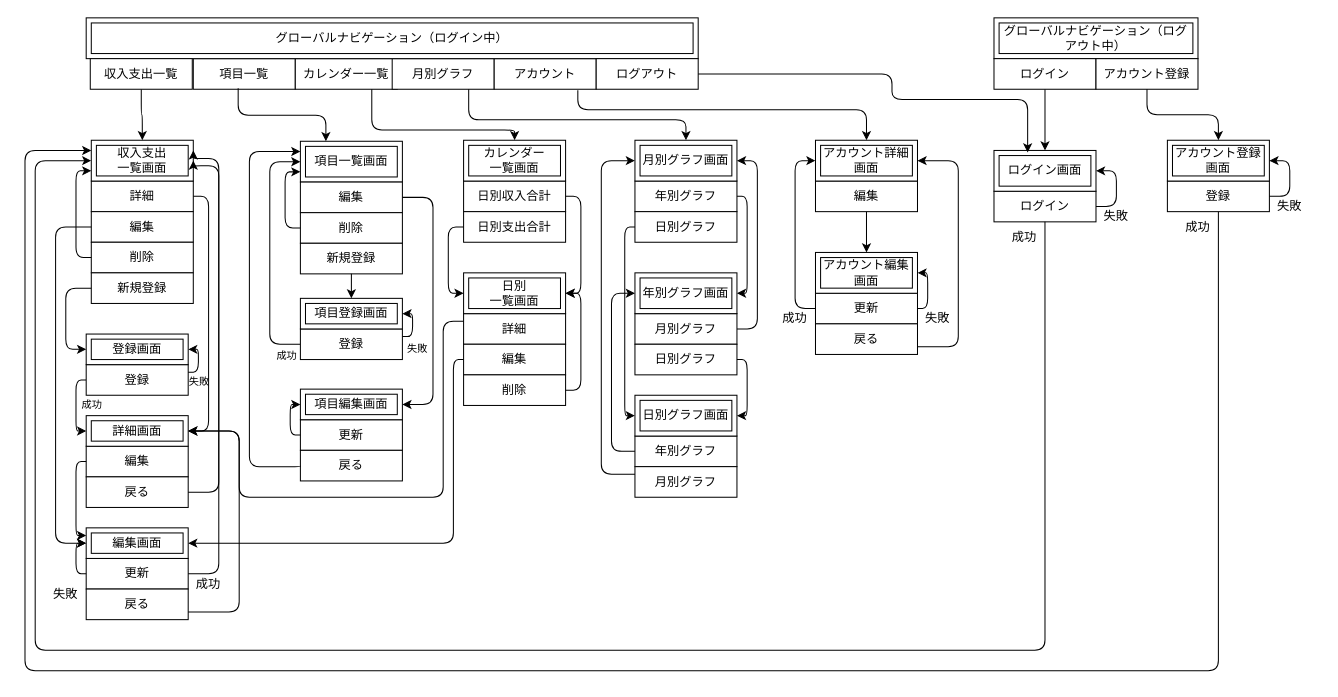
Before: docs/screen_flow_diagram.drawio in KeiSuzukiNishi/shared_household_account_book, a draw.io diagram. Source tidied: cells renumbered, new cells numbered last; positions are measured from the earlier drawing's top-left corner, leaving out a move shared by most shapes. Both pictures are drawn from the tidied source at 102%, with x=0, y=0 at pixel (24, 17).
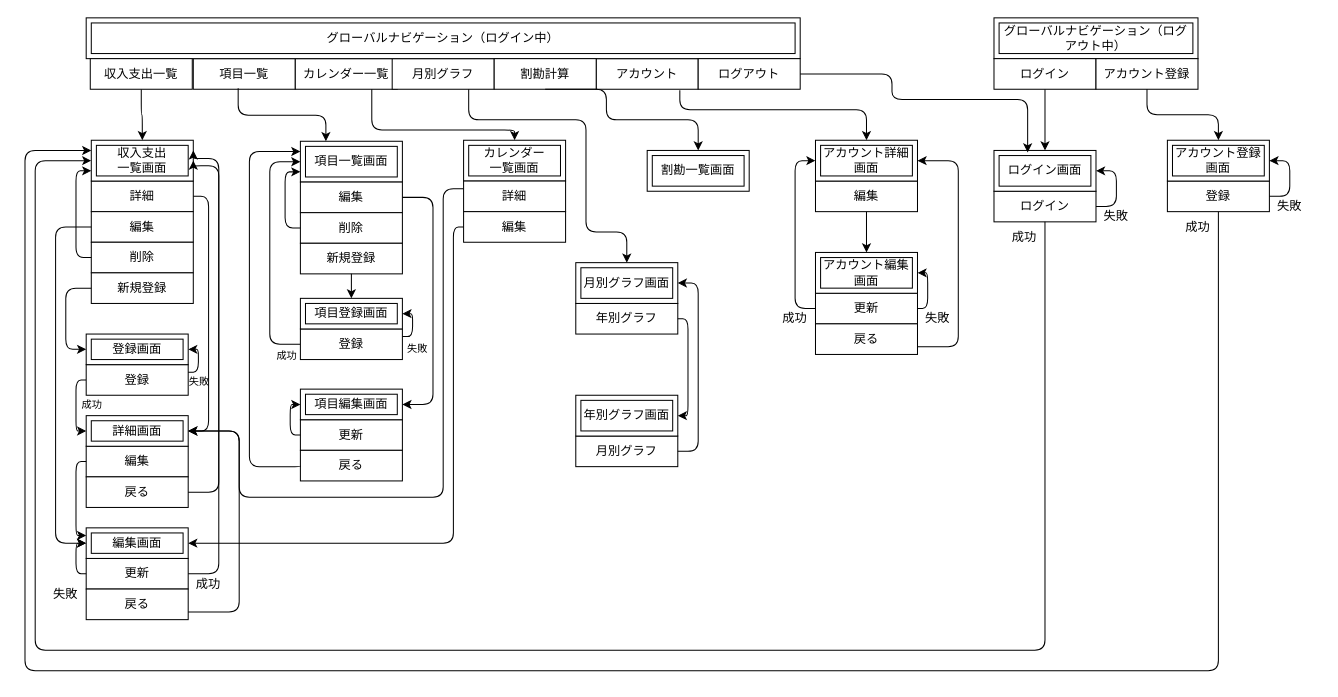
The same diagram, later.

The change refers to these unchanged cells:
```xml
<mxCell id="4" value="月別グラフ" style="whiteSpace=wrap;html=1;align=center;" parent="1" vertex="1">
  <mxGeometry x="360" y="40" width="100" height="30" as="geometry" />
</mxCell>
<mxCell id="12" value="詳細画面" style="shape=ext;margin=3;double=1;whiteSpace=wrap;html=1;align=center;" parent="1" vertex="1">
  <mxGeometry x="60" y="390" width="100" height="30" as="geometry" />
</mxCell>
<mxCell id="14" value="編集画面" style="shape=ext;margin=3;double=1;whiteSpace=wrap;html=1;align=center;" parent="1" vertex="1">
  <mxGeometry x="60" y="500" width="100" height="30" as="geometry" />
</mxCell>
<mxCell id="73" value="アカウント詳細画面" style="shape=ext;margin=3;double=1;whiteSpace=wrap;html=1;align=center;" parent="1" vertex="1">
  <mxGeometry x="775" y="120" width="100" height="40" as="geometry" />
</mxCell>
```

The edit, as a diff of the source:
```diff
@@
     <mxCell id="5" value="アカウント" style="whiteSpace=wrap;html=1;align=center;" parent="1" vertex="1">
-      <mxGeometry x="460" y="40" width="100" height="30" as="geometry" />
+      <mxGeometry x="560" y="40" width="100" height="30" as="geometry" />
     </mxCell>
@@
     <mxCell id="8" value="グローバルナビゲーション（ログイン中）" style="shape=ext;margin=3;double=1;whiteSpace=wrap;html=1;align=center;" parent="1" vertex="1">
-      <mxGeometry x="60" width="600" height="40" as="geometry" />
+      <mxGeometry x="60" width="700" height="40" as="geometry" />
     </mxCell>
@@
-    <mxCell id="30" value="日別収入合計" style="whiteSpace=wrap;html=1;align=center;" parent="1" vertex="1">
-      <mxGeometry x="430" y="160" width="100" height="30" as="geometry" />
-    </mxCell>
@@
-    <mxCell id="32" value="日別支出合計" style="whiteSpace=wrap;html=1;align=center;" parent="1" vertex="1">
-      <mxGeometry x="430" y="190" width="100" height="30" as="geometry" />
-    </mxCell>
     <mxCell id="33" value="詳細" style="whiteSpace=wrap;html=1;align=center;" parent="1" vertex="1">
-      <mxGeometry x="430" y="290" width="100" height="30" as="geometry" />
+      <mxGeometry x="430" y="160" width="100" height="30" as="geometry" />
     </mxCell>
-    <mxCell id="34" value="日別&lt;br&gt;一覧画面" style="shape=ext;margin=3;double=1;whiteSpace=wrap;html=1;align=center;" parent="1" vertex="1">
-      <mxGeometry x="430" y="250" width="100" height="40" as="geometry" />
-    </mxCell>
     <mxCell id="35" value="編集" style="whiteSpace=wrap;html=1;align=center;" parent="1" vertex="1">
-      <mxGeometry x="430" y="320" width="100" height="30" as="geometry" />
+      <mxGeometry x="430" y="190" width="100" height="30" as="geometry" />
     </mxCell>
-    <mxCell id="36" value="削除" style="whiteSpace=wrap;html=1;align=center;" parent="1" vertex="1">
-      <mxGeometry x="430" y="350" width="100" height="30" as="geometry" />
-    </mxCell>
@@
-    <mxCell id="38" style="endArrow=classic;html=1;exitX=1;exitY=0.5;exitDx=0;exitDy=0;edgeStyle=orthogonalEdgeStyle;entryX=1;entryY=0.5;entryDx=0;entryDy=0;" parent="1" edge="1" source="30" target="34">
-      <mxGeometry relative="1" as="geometry">
-        <Array as="points">
-          <mxPoint x="545" y="175" />
-          <mxPoint x="545" y="270" />
-        </Array>
-      </mxGeometry>
-    </mxCell>
-    <mxCell id="39" style="endArrow=classic;html=1;exitX=0;exitY=0.5;exitDx=0;exitDy=0;edgeStyle=orthogonalEdgeStyle;entryX=0;entryY=0.5;entryDx=0;entryDy=0;" parent="1" edge="1" source="32" target="34">
-      <mxGeometry relative="1" as="geometry">
-        <Array as="points">
-          <mxPoint x="415" y="205" />
-          <mxPoint x="415" y="270" />
-        </Array>
-      </mxGeometry>
-    </mxCell>
     <mxCell id="40" style="endArrow=classic;html=1;exitX=0;exitY=0.25;exitDx=0;exitDy=0;edgeStyle=orthogonalEdgeStyle;entryX=1;entryY=0.5;entryDx=0;entryDy=0;" parent="1" edge="1" source="33" target="12">
       <mxGeometry relative="1" as="geometry">
         <Array as="points">
-          <mxPoint x="410" y="298" />
+          <mxPoint x="410" y="168" />
           <mxPoint x="410" y="470" />
           <mxPoint x="210" y="470" />
           <mxPoint x="210" y="405" />
         </Array>
       </mxGeometry>
     </mxCell>
     <mxCell id="41" style="endArrow=classic;html=1;exitX=0;exitY=0.5;exitDx=0;exitDy=0;edgeStyle=orthogonalEdgeStyle;entryX=1;entryY=0.5;entryDx=0;entryDy=0;" parent="1" edge="1" source="35" target="14">
       <mxGeometry relative="1" as="geometry">
         <Array as="points">
-          <mxPoint x="420" y="335" />
+          <mxPoint x="420" y="205" />
           <mxPoint x="420" y="515" />
         </Array>
       </mxGeometry>
     </mxCell>
-    <mxCell id="42" style="endArrow=classic;html=1;exitX=1;exitY=0.5;exitDx=0;exitDy=0;edgeStyle=orthogonalEdgeStyle;entryX=1;entryY=0.5;entryDx=0;entryDy=0;" parent="1" edge="1" source="36" target="34">
-      <mxGeometry relative="1" as="geometry">
-        <Array as="points">
-          <mxPoint x="545" y="365" />
-          <mxPoint x="545" y="270" />
-        </Array>
-      </mxGeometry>
-    </mxCell>
     <mxCell id="43" value="年別グラフ" style="whiteSpace=wrap;html=1;align=center;" parent="1" vertex="1">
-      <mxGeometry x="598" y="160" width="100" height="30" as="geometry" />
+      <mxGeometry x="540" y="280" width="100" height="30" as="geometry" />
     </mxCell>
     <mxCell id="44" value="月別グラフ画面" style="shape=ext;margin=3;double=1;whiteSpace=wrap;html=1;align=center;" parent="1" vertex="1">
-      <mxGeometry x="598" y="120" width="100" height="40" as="geometry" />
+      <mxGeometry x="540" y="240" width="100" height="40" as="geometry" />
     </mxCell>
-    <mxCell id="45" value="日別グラフ" style="whiteSpace=wrap;html=1;align=center;" parent="1" vertex="1">
-      <mxGeometry x="598" y="190" width="100" height="30" as="geometry" />
-    </mxCell>
     <mxCell id="46" style="endArrow=classic;html=1;exitX=0.75;exitY=1;exitDx=0;exitDy=0;edgeStyle=orthogonalEdgeStyle;entryX=0.5;entryY=0;entryDx=0;entryDy=0;" parent="1" edge="1" source="4" target="44">
       <mxGeometry relative="1" as="geometry">
         <Array as="points">
           <mxPoint x="435" y="100" />
-          <mxPoint x="648" y="100" />
+          <mxPoint x="550" y="100" />
+          <mxPoint x="550" y="210" />
+          <mxPoint x="590" y="210" />
         </Array>
       </mxGeometry>
     </mxCell>
     <mxCell id="47" style="endArrow=classic;html=1;exitX=1;exitY=0.5;exitDx=0;exitDy=0;edgeStyle=orthogonalEdgeStyle;entryX=1;entryY=0.5;entryDx=0;entryDy=0;" parent="1" edge="1" source="43" target="49">
       <mxGeometry relative="1" as="geometry">
         <Array as="points">
-          <mxPoint x="708" y="175" />
-          <mxPoint x="708" y="270" />
+          <mxPoint x="650" y="295" />
+          <mxPoint x="650" y="390" />
         </Array>
       </mxGeometry>
     </mxCell>
     <mxCell id="48" value="月別グラフ" style="whiteSpace=wrap;html=1;align=center;" parent="1" vertex="1">
-      <mxGeometry x="598" y="290" width="100" height="30" as="geometry" />
+      <mxGeometry x="540" y="410" width="100" height="30" as="geometry" />
     </mxCell>
     <mxCell id="49" value="年別グラフ画面" style="shape=ext;margin=3;double=1;whiteSpace=wrap;html=1;align=center;" parent="1" vertex="1">
-      <mxGeometry x="598" y="250" width="100" height="40" as="geometry" />
+      <mxGeometry x="540" y="370" width="100" height="40" as="geometry" />
     </mxCell>
-    <mxCell id="50" value="日別グラフ" style="whiteSpace=wrap;html=1;align=center;" parent="1" vertex="1">
-      <mxGeometry x="598" y="320" width="100" height="30" as="geometry" />
-    </mxCell>
-    <mxCell id="51" value="年別グラフ" style="whiteSpace=wrap;html=1;align=center;" parent="1" vertex="1">
-      <mxGeometry x="598" y="410" width="100" height="30" as="geometry" />
-    </mxCell>
-    <mxCell id="52" value="日別グラフ画面" style="shape=ext;margin=3;double=1;whiteSpace=wrap;html=1;align=center;" parent="1" vertex="1">
-      <mxGeometry x="598" y="370" width="100" height="40" as="geometry" />
-    </mxCell>
-    <mxCell id="53" value="月別グラフ" style="whiteSpace=wrap;html=1;align=center;" parent="1" vertex="1">
-      <mxGeometry x="598" y="440" width="100" height="30" as="geometry" />
-    </mxCell>
-    <mxCell id="54" style="endArrow=classic;html=1;exitX=0;exitY=0.5;exitDx=0;exitDy=0;edgeStyle=orthogonalEdgeStyle;entryX=0;entryY=0.5;entryDx=0;entryDy=0;" parent="1" edge="1" source="45" target="52">
-      <mxGeometry relative="1" as="geometry" />
-    </mxCell>
     <mxCell id="55" style="endArrow=classic;html=1;exitX=1;exitY=0.5;exitDx=0;exitDy=0;edgeStyle=orthogonalEdgeStyle;entryX=1;entryY=0.5;entryDx=0;entryDy=0;" parent="1" edge="1" source="48" target="44">
       <mxGeometry relative="1" as="geometry">
         <Array as="points">
-          <mxPoint x="718" y="305" />
-          <mxPoint x="718" y="140" />
+          <mxPoint x="660" y="425" />
+          <mxPoint x="660" y="260" />
         </Array>
       </mxGeometry>
     </mxCell>
-    <mxCell id="56" style="endArrow=classic;html=1;exitX=1;exitY=0.5;exitDx=0;exitDy=0;edgeStyle=orthogonalEdgeStyle;entryX=1;entryY=0.5;entryDx=0;entryDy=0;" parent="1" edge="1" source="50" target="52">
-      <mxGeometry relative="1" as="geometry" />
-    </mxCell>
-    <mxCell id="57" style="endArrow=classic;html=1;exitX=0;exitY=0.5;exitDx=0;exitDy=0;edgeStyle=orthogonalEdgeStyle;entryX=0;entryY=0.5;entryDx=0;entryDy=0;" parent="1" edge="1" source="51" target="49">
-      <mxGeometry relative="1" as="geometry">
-        <Array as="points">
-          <mxPoint x="575" y="425" />
-          <mxPoint x="575" y="270" />
-        </Array>
-      </mxGeometry>
-    </mxCell>
-    <mxCell id="58" style="endArrow=classic;html=1;exitX=0;exitY=0.25;exitDx=0;exitDy=0;edgeStyle=orthogonalEdgeStyle;entryX=0;entryY=0.5;entryDx=0;entryDy=0;" parent="1" edge="1" source="53" target="44">
-      <mxGeometry relative="1" as="geometry">
-        <Array as="points">
-          <mxPoint x="565" y="448" />
-          <mxPoint x="565" y="140" />
-        </Array>
-      </mxGeometry>
-    </mxCell>
@@
     <mxCell id="71" value="ログアウト" style="whiteSpace=wrap;html=1;align=center;" parent="1" vertex="1">
-      <mxGeometry x="560" y="40" width="100" height="30" as="geometry" />
+      <mxGeometry x="660" y="40" width="100" height="30" as="geometry" />
     </mxCell>
@@
     <mxCell id="77" style="endArrow=classic;html=1;exitX=0.82;exitY=1.033;exitDx=0;exitDy=0;edgeStyle=orthogonalEdgeStyle;entryX=0.5;entryY=0;entryDx=0;entryDy=0;exitPerimeter=0;" parent="1" edge="1" source="5" target="73">
       <mxGeometry relative="1" as="geometry">
         <Array as="points">
-          <mxPoint x="542" y="90" />
+          <mxPoint x="642" y="90" />
           <mxPoint x="825" y="90" />
         </Array>
       </mxGeometry>
     </mxCell>
@@
+    <mxCell id="116" value="割勘計算" style="whiteSpace=wrap;html=1;align=center;" parent="1" vertex="1">
+      <mxGeometry x="460" y="40" width="100" height="30" as="geometry" />
+    </mxCell>
+    <mxCell id="117" value="割勘一覧画面" style="shape=ext;margin=3;double=1;whiteSpace=wrap;html=1;align=center;" parent="1" vertex="1">
+      <mxGeometry x="610" y="130" width="100" height="40" as="geometry" />
+    </mxCell>
+    <mxCell id="118" style="endArrow=classic;html=1;exitX=0.5;exitY=1;exitDx=0;exitDy=0;edgeStyle=orthogonalEdgeStyle;entryX=0.5;entryY=0;entryDx=0;entryDy=0;" parent="1" edge="1" source="116" target="117">
+      <mxGeometry relative="1" as="geometry">
+        <Array as="points">
+          <mxPoint x="570" y="70" />
+          <mxPoint x="570" y="100" />
+          <mxPoint x="660" y="100" />
+        </Array>
+      </mxGeometry>
+    </mxCell>
```
